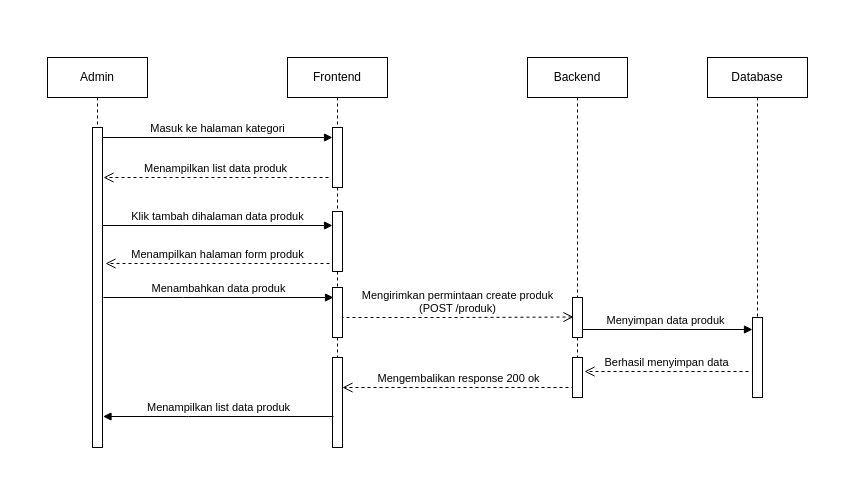
This is page "Halaman-4" (4 of 12) of Sequence.drawio from sintariaulia/Diagram, a draw.io file, before an edit. Source tidied: cells renumbered, new cells numbered last; positions are measured from the earlier drawing's top-left corner, leaving out a move shared by most shapes. Both pictures are drawn from the tidied source at 100%, with x=0, y=0 at pixel (47, 57).
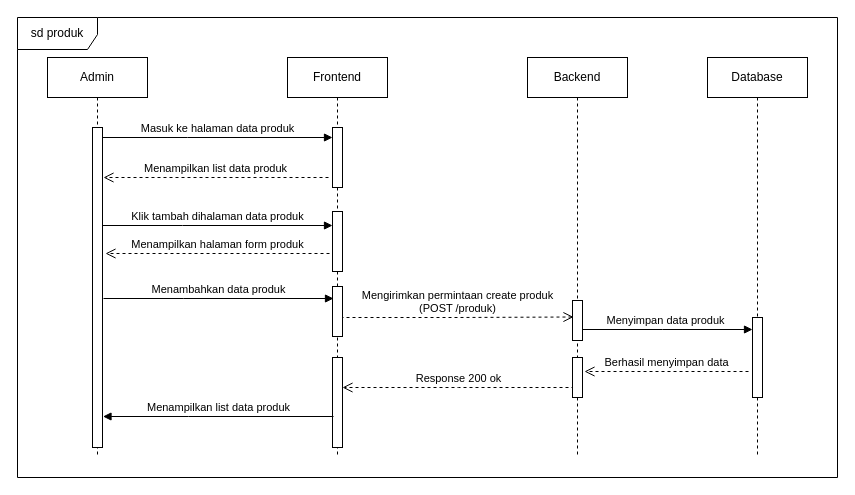
After the change.

Unchanged cells that the change refers to:
```xml
<mxCell id="6" style="html=1;points=[];perimeter=orthogonalPerimeter;outlineConnect=0;targetShapes=umlLifeline;portConstraint=eastwest;newEdgeStyle={&quot;edgeStyle&quot;:&quot;elbowEdgeStyle&quot;,&quot;elbow&quot;:&quot;vertical&quot;,&quot;curved&quot;:0,&quot;rounded&quot;:0};" parent="5" vertex="1">
  <mxGeometry x="45" y="70" width="10" height="320" as="geometry" />
</mxCell>
<mxCell id="8" style="html=1;points=[];perimeter=orthogonalPerimeter;outlineConnect=0;targetShapes=umlLifeline;portConstraint=eastwest;newEdgeStyle={&quot;edgeStyle&quot;:&quot;elbowEdgeStyle&quot;,&quot;elbow&quot;:&quot;vertical&quot;,&quot;curved&quot;:0,&quot;rounded&quot;:0};" parent="7" vertex="1">
  <mxGeometry x="45" y="70" width="10" height="60" as="geometry" />
</mxCell>
```

Change to the diagram source:
```diff
@@
-    <mxCell id="2" value="Mengembalikan response 200 ok" style="html=1;verticalAlign=bottom;endArrow=open;dashed=1;endSize=8;edgeStyle=elbowEdgeStyle;elbow=horizontal;curved=0;rounded=0;" parent="1" edge="1">
+    <mxCell id="2" value="Response 200 ok" style="html=1;verticalAlign=bottom;endArrow=open;dashed=1;endSize=8;edgeStyle=elbowEdgeStyle;elbow=horizontal;curved=0;rounded=0;" parent="1" edge="1">
       <mxGeometry relative="1" as="geometry">
         <mxPoint x="527" y="330" as="sourcePoint" />
         <mxPoint x="295" y="330" as="targetPoint" />
       </mxGeometry>
     </mxCell>
@@
     <mxCell id="5" value="Admin" style="shape=umlLifeline;perimeter=lifelinePerimeter;whiteSpace=wrap;html=1;newEdgeStyle={&quot;edgeStyle&quot;:&quot;elbowEdgeStyle&quot;,&quot;elbow&quot;:&quot;vertical&quot;,&quot;curved&quot;:0,&quot;rounded&quot;:0};" parent="1" vertex="1">
-      <mxGeometry width="100" height="390" as="geometry" />
+      <mxGeometry width="100" height="400" as="geometry" />
     </mxCell>
@@
     <mxCell id="7" value="Frontend" style="shape=umlLifeline;perimeter=lifelinePerimeter;whiteSpace=wrap;html=1;newEdgeStyle={&quot;edgeStyle&quot;:&quot;elbowEdgeStyle&quot;,&quot;elbow&quot;:&quot;vertical&quot;,&quot;curved&quot;:0,&quot;rounded&quot;:0};" parent="1" vertex="1">
-      <mxGeometry x="240" width="100" height="390" as="geometry" />
+      <mxGeometry x="240" width="100" height="400" as="geometry" />
     </mxCell>
@@
     <mxCell id="9" style="html=1;perimeter=orthogonalPerimeter;targetShapes=umlLifeline;newEdgeStyle={&quot;edgeStyle&quot;:&quot;elbowEdgeStyle&quot;,&quot;elbow&quot;:&quot;vertical&quot;,&quot;curved&quot;:0,&quot;rounded&quot;:0};" parent="7" vertex="1">
-      <mxGeometry x="45" y="230" width="10" height="50" as="geometry" />
+      <mxGeometry x="45" y="229" width="10" height="50" as="geometry" />
     </mxCell>
@@
-    <mxCell id="12" value="Masuk ke halaman kategori" style="html=1;verticalAlign=bottom;endArrow=block;edgeStyle=elbowEdgeStyle;elbow=horizontal;curved=0;rounded=0;" parent="1" edge="1" source="6" target="8">
+    <mxCell id="12" value="Masuk ke halaman data produk" style="html=1;verticalAlign=bottom;endArrow=block;edgeStyle=elbowEdgeStyle;elbow=horizontal;curved=0;rounded=0;" parent="1" edge="1" source="6" target="8">
       <mxGeometry relative="1" as="geometry">
         <Array as="points">
           <mxPoint x="140" y="80" />
         </Array>
       </mxGeometry>
     </mxCell>
     <mxCell id="13" value="Menampilkan halaman form produk" style="html=1;verticalAlign=bottom;endArrow=open;dashed=1;endSize=8;edgeStyle=elbowEdgeStyle;elbow=horizontal;curved=0;rounded=0;" parent="1" edge="1">
       <mxGeometry relative="1" as="geometry">
-        <mxPoint x="282" y="206" as="sourcePoint" />
-        <mxPoint x="58" y="206" as="targetPoint" />
+        <mxPoint x="282" y="196" as="sourcePoint" />
+        <mxPoint x="58" y="196" as="targetPoint" />
       </mxGeometry>
     </mxCell>
     <mxCell id="14" value="Backend" style="shape=umlLifeline;perimeter=lifelinePerimeter;whiteSpace=wrap;html=1;newEdgeStyle={&quot;edgeStyle&quot;:&quot;elbowEdgeStyle&quot;,&quot;elbow&quot;:&quot;vertical&quot;,&quot;curved&quot;:0,&quot;rounded&quot;:0};" parent="1" vertex="1">
-      <mxGeometry x="480" width="100" height="340" as="geometry" />
+      <mxGeometry x="480" width="100" height="400" as="geometry" />
     </mxCell>
     <mxCell id="15" style="html=1;perimeter=orthogonalPerimeter;targetShapes=umlLifeline;newEdgeStyle={&quot;edgeStyle&quot;:&quot;elbowEdgeStyle&quot;,&quot;elbow&quot;:&quot;vertical&quot;,&quot;curved&quot;:0,&quot;rounded&quot;:0};" parent="14" vertex="1">
-      <mxGeometry x="45" y="240" width="10" height="40" as="geometry" />
+      <mxGeometry x="45" y="243" width="10" height="40" as="geometry" />
     </mxCell>
@@
     <mxCell id="17" value="Database" style="shape=umlLifeline;perimeter=lifelinePerimeter;whiteSpace=wrap;html=1;newEdgeStyle={&quot;edgeStyle&quot;:&quot;elbowEdgeStyle&quot;,&quot;elbow&quot;:&quot;vertical&quot;,&quot;curved&quot;:0,&quot;rounded&quot;:0};" parent="1" vertex="1">
-      <mxGeometry x="660" width="100" height="340" as="geometry" />
+      <mxGeometry x="660" width="100" height="400" as="geometry" />
     </mxCell>
@@
     <mxCell id="21" value="Menambahkan data produk" style="html=1;verticalAlign=bottom;endArrow=block;edgeStyle=elbowEdgeStyle;elbow=horizontal;curved=0;rounded=0;" parent="1" edge="1">
       <mxGeometry relative="1" as="geometry">
-        <mxPoint x="56" y="240" as="sourcePoint" />
-        <mxPoint x="286" y="240" as="targetPoint" />
+        <mxPoint x="56" y="241" as="sourcePoint" />
+        <mxPoint x="286" y="241" as="targetPoint" />
         <Array as="points">
-          <mxPoint x="136" y="240" />
+          <mxPoint x="136" y="241" />
         </Array>
       </mxGeometry>
     </mxCell>
@@
+    <mxCell id="24" value="sd produk" style="shape=umlFrame;whiteSpace=wrap;html=1;width=80;height=32;" parent="1" vertex="1">
+      <mxGeometry x="-30" y="-40" width="820" height="460" as="geometry" />
+    </mxCell>
```
